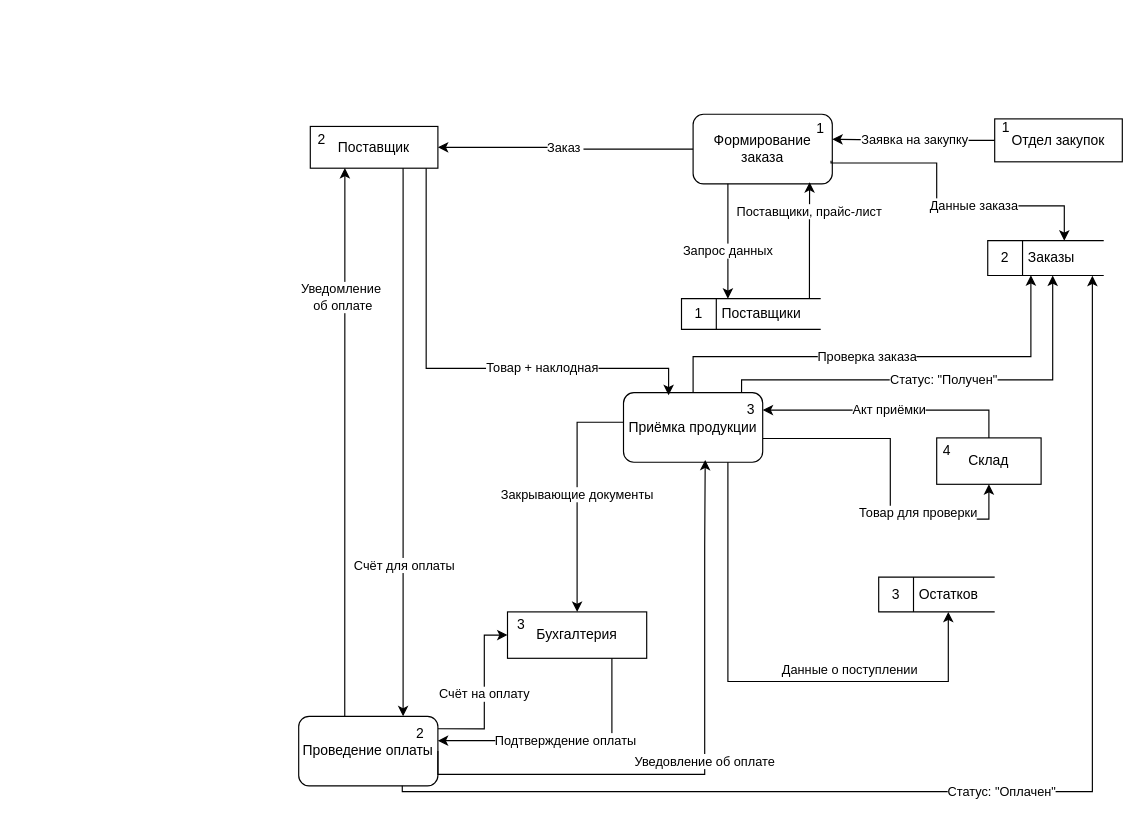
Dasha-Angel/work keeps this draw.io diagram as dfd_декомпозиция.drawio. Above is the earlier version. Source tidied: cells renumbered, new cells numbered last; positions are measured from the earlier drawing's top-left corner, leaving out a move shared by most shapes. Both pictures are drawn from the tidied source at 116%, with x=0, y=0 at pixel (287, 110).
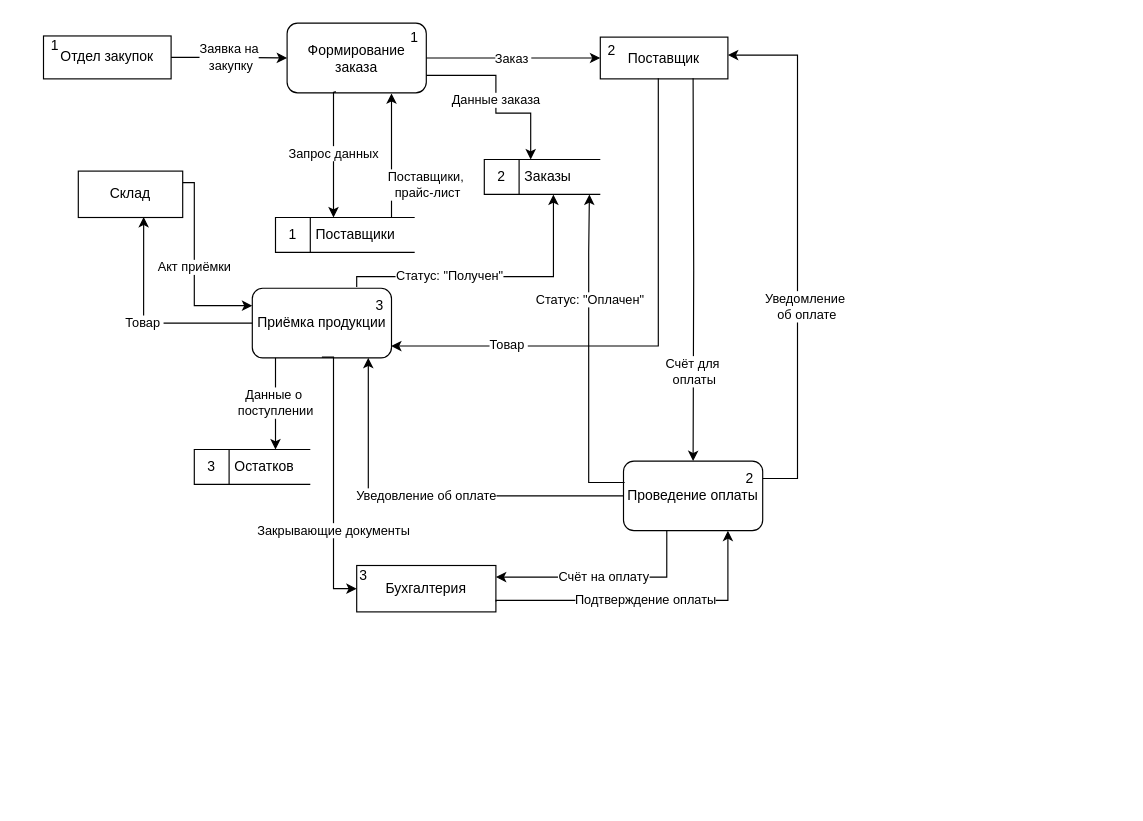
The same page after the edit.

What changed in the source:
```diff
@@
-    <mxCell id="2" style="group;" parent="1" vertex="1">
-      <mxGeometry x="590" y="4" width="130" height="40" as="geometry" />
-    </mxCell>
+    <mxCell id="44" style="group;" parent="1" vertex="1">
+      <mxGeometry x="-230" y="-67.5" width="130" height="40" as="geometry" />
+    </mxCell>
-    <mxCell id="3" value="Отдел закупок" style="html=1;whiteSpace=wrap;" parent="2" vertex="1">
+    <mxCell id="3" value="Отдел закупок" style="html=1;whiteSpace=wrap;" parent="44" vertex="1">
       <mxGeometry x="20" y="3" width="110" height="37" as="geometry" />
     </mxCell>
-    <mxCell id="4" value="1" style="text;html=1;whiteSpace=wrap;strokeColor=none;fillColor=none;align=center;verticalAlign=middle;rounded=0;" parent="2" vertex="1">
+    <mxCell id="4" value="1" style="text;html=1;whiteSpace=wrap;strokeColor=none;fillColor=none;align=center;verticalAlign=middle;rounded=0;" parent="44" vertex="1">
       <mxGeometry width="60" height="22.2" as="geometry" />
     </mxCell>
-    <mxCell id="5" style="group;" parent="1" vertex="1">
-      <mxGeometry y="9.5" width="130" height="54" as="geometry" />
-    </mxCell>
+    <mxCell id="45" style="group;" parent="1" vertex="1">
+      <mxGeometry x="250" y="-67.5" width="130" height="54" as="geometry" />
+    </mxCell>
-    <mxCell id="6" value="Поставщик" style="html=1;whiteSpace=wrap;" parent="5" vertex="1">
+    <mxCell id="6" value="Поставщик" style="html=1;whiteSpace=wrap;" parent="45" vertex="1">
       <mxGeometry x="20" y="4" width="110" height="36" as="geometry" />
     </mxCell>
-    <mxCell id="7" value="2" style="text;html=1;whiteSpace=wrap;strokeColor=none;fillColor=none;align=center;verticalAlign=middle;rounded=0;" parent="5" vertex="1">
+    <mxCell id="7" value="2" style="text;html=1;whiteSpace=wrap;strokeColor=none;fillColor=none;align=center;verticalAlign=middle;rounded=0;" parent="45" vertex="1">
       <mxGeometry width="60" height="30" as="geometry" />
     </mxCell>
-    <mxCell id="8" style="group;" parent="1" vertex="1">
-      <mxGeometry x="350" y="0.5" width="140" height="61" as="geometry" />
-    </mxCell>
+    <mxCell id="46" style="group;" parent="1" vertex="1">
+      <mxGeometry y="-78" width="140" height="61" as="geometry" />
+    </mxCell>
-    <mxCell id="9" value="Формирование заказа" style="rounded=1;whiteSpace=wrap;html=1;" parent="8" vertex="1">
+    <mxCell id="9" value="Формирование заказа" style="rounded=1;whiteSpace=wrap;html=1;" parent="46" vertex="1">
       <mxGeometry y="2.5" width="120" height="60" as="geometry" />
     </mxCell>
+    <mxCell id="41" value="1" style="text;html=1;whiteSpace=wrap;strokeColor=none;fillColor=none;align=center;verticalAlign=middle;rounded=0;" parent="46" vertex="1">
+      <mxGeometry x="80" width="60" height="30" as="geometry" />
+    </mxCell>
-    <mxCell id="10" value="Заказ&amp;nbsp;" style="edgeStyle=orthogonalEdgeStyle;rounded=0;jettySize=auto;html=1;exitX=0;exitY=0.5;exitDx=0;exitDy=0;" parent="1" edge="1" source="9" target="6">
+    <mxCell id="10" value="Заказ&amp;nbsp;" style="edgeStyle=orthogonalEdgeStyle;rounded=0;jettySize=auto;html=1;" parent="1" edge="1" source="9" target="6">
       <mxGeometry relative="1" as="geometry" />
     </mxCell>
     <mxCell id="11" value="Бухгалтерия" style="rounded=0;whiteSpace=wrap;html=1;" parent="1" vertex="1">
-      <mxGeometry x="190" y="432" width="120" height="40" as="geometry" />
+      <mxGeometry x="60" y="392" width="120" height="40" as="geometry" />
     </mxCell>
-    <mxCell id="12" style="group;" parent="1" vertex="1">
-      <mxGeometry x="10" y="522" width="140" height="60" as="geometry" />
-    </mxCell>
+    <mxCell id="47" style="group;" parent="1" vertex="1">
+      <mxGeometry x="290" y="302" width="140" height="60" as="geometry" />
+    </mxCell>
-    <mxCell id="13" value="Проведение оплаты" style="rounded=1;whiteSpace=wrap;html=1;" parent="12" vertex="1">
+    <mxCell id="13" value="Проведение оплаты" style="rounded=1;whiteSpace=wrap;html=1;" parent="47" vertex="1">
       <mxGeometry width="120" height="60" as="geometry" />
     </mxCell>
-    <mxCell id="14" value="2" style="text;html=1;whiteSpace=wrap;strokeColor=none;fillColor=none;align=center;verticalAlign=middle;rounded=0;" parent="12" vertex="1">
-      <mxGeometry x="90" width="30" height="30" as="geometry" />
+    <mxCell id="14" value="2" style="text;html=1;whiteSpace=wrap;strokeColor=none;fillColor=none;align=center;verticalAlign=middle;rounded=0;" parent="47" vertex="1">
+      <mxGeometry x="104" width="10" height="30" as="geometry" />
     </mxCell>
-    <mxCell id="15" style="group;" parent="1" vertex="1">
-      <mxGeometry x="290" y="242" width="140" height="61" as="geometry" />
-    </mxCell>
+    <mxCell id="48" style="group;" parent="1" vertex="1">
+      <mxGeometry x="-30" y="152" width="140" height="61" as="geometry" />
+    </mxCell>
-    <mxCell id="16" value="Приёмка продукции" style="rounded=1;whiteSpace=wrap;html=1;" parent="15" vertex="1">
+    <mxCell id="16" value="Приёмка продукции" style="rounded=1;whiteSpace=wrap;html=1;" parent="48" vertex="1">
       <mxGeometry y="1" width="120" height="60" as="geometry" />
     </mxCell>
-    <mxCell id="17" value="3" style="text;html=1;whiteSpace=wrap;strokeColor=none;fillColor=none;align=center;verticalAlign=middle;rounded=0;" parent="15" vertex="1">
+    <mxCell id="17" value="3" style="text;html=1;whiteSpace=wrap;strokeColor=none;fillColor=none;align=center;verticalAlign=middle;rounded=0;" parent="48" vertex="1">
       <mxGeometry x="100" y="1" width="20" height="30" as="geometry" />
     </mxCell>
     <mxCell id="18" value="Склад" style="rounded=0;whiteSpace=wrap;html=1;" parent="1" vertex="1">
-      <mxGeometry x="560" y="282" width="90" height="40" as="geometry" />
+      <mxGeometry x="-180" y="52" width="90" height="40" as="geometry" />
     </mxCell>
-    <mxCell id="19" value="Подтверждение оплаты" style="edgeStyle=orthogonalEdgeStyle;rounded=0;jettySize=auto;html=1;exitX=0.75;exitY=1;exitDx=0;exitDy=0;entryX=0.998;entryY=0.7;entryDx=0;entryDy=0;entryPerimeter=0;" parent="1" edge="1" source="11" target="14">
+    <mxCell id="19" value="Подтверждение оплаты" style="edgeStyle=orthogonalEdgeStyle;rounded=0;jettySize=auto;html=1;entryX=0.75;entryY=1;entryDx=0;entryDy=0;exitX=1.001;exitY=0.775;exitDx=0;exitDy=0;exitPerimeter=0;" parent="1" edge="1" source="11" target="13">
       <mxGeometry relative="1" as="geometry">
         <Array as="points">
-          <mxPoint x="280" y="543" />
+          <mxPoint x="180" y="422" />
+          <mxPoint x="380" y="422" />
         </Array>
       </mxGeometry>
     </mxCell>
+    <mxCell id="49" value="Товар&amp;nbsp;" style="edgeStyle=orthogonalEdgeStyle;rounded=0;jettySize=auto;html=1;entryX=0.997;entryY=0.83;entryDx=0;entryDy=0;entryPerimeter=0;" parent="1" edge="1" target="16">
+      <mxGeometry x="0.56" y="-1" relative="1" as="geometry">
+        <mxPoint x="320" y="-28" as="sourcePoint" />
+        <Array as="points">
+          <mxPoint x="320" y="203" />
+        </Array>
+      </mxGeometry>
+    </mxCell>
-    <mxCell id="20" value="Поставщики, прайс-лист" style="edgeStyle=orthogonalEdgeStyle;rounded=0;jettySize=auto;html=1;entryX=0.837;entryY=0.976;entryDx=0;entryDy=0;exitX=0.919;exitY=0.01;exitDx=0;exitDy=0;exitPerimeter=0;entryPerimeter=0;" parent="1" edge="1" source="21" target="9">
-      <mxGeometry x="0.48" relative="1" as="geometry">
+    <mxCell id="20" value="Поставщики,&amp;nbsp;&lt;div&gt;прайс-лист&lt;/div&gt;" style="edgeStyle=orthogonalEdgeStyle;rounded=0;jettySize=auto;html=1;exitX=0.826;exitY=0.024;exitDx=0;exitDy=0;exitPerimeter=0;" parent="1" edge="1" source="21">
+      <mxGeometry x="-0.46" y="-31" relative="1" as="geometry">
+        <mxPoint x="90" y="-15" as="targetPoint" />
         <Array as="points">
-          <mxPoint x="450" y="102" />
-          <mxPoint x="450" y="102" />
+          <mxPoint x="89" y="-16" />
         </Array>
       </mxGeometry>
     </mxCell>
     <mxCell id="21" value="&amp;nbsp; 1&amp;nbsp; &amp;nbsp; &amp;nbsp;Поставщики" style="html=1;dashed=0;whiteSpace=wrap;shape=mxgraph.dfd.dataStoreID;align=left;spacingLeft=3;points=[[0,0],[0.5,0],[1,0],[0,0.5],[1,0.5],[0,1],[0.5,1],[1,1]];" parent="1" vertex="1">
-      <mxGeometry x="340" y="162" width="120" height="26.5" as="geometry" />
+      <mxGeometry x="-10" y="92" width="120" height="30" as="geometry" />
     </mxCell>
-    <mxCell id="22" value="Заявка на закупку" style="edgeStyle=orthogonalEdgeStyle;rounded=0;jettySize=auto;html=1;" parent="1" edge="1" source="3">
-      <mxGeometry relative="1" as="geometry">
-        <mxPoint x="470" y="24.5" as="targetPoint" />
-      </mxGeometry>
+    <mxCell id="22" value="Заявка на&lt;div&gt;&amp;nbsp;закупку&lt;/div&gt;" style="edgeStyle=orthogonalEdgeStyle;rounded=0;jettySize=auto;html=1;entryX=0;entryY=0.5;entryDx=0;entryDy=0;" parent="1" edge="1" source="3" target="9">
+      <mxGeometry relative="1" as="geometry" />
     </mxCell>
     <mxCell id="23" value="&amp;nbsp; 2&amp;nbsp; &amp;nbsp; &amp;nbsp;Заказы" style="html=1;dashed=0;whiteSpace=wrap;shape=mxgraph.dfd.dataStoreID;align=left;spacingLeft=3;points=[[0,0],[0.5,0],[1,0],[0,0.5],[1,0.5],[0,1],[0.5,1],[1,1]];" parent="1" vertex="1">
-      <mxGeometry x="604" y="112" width="100" height="30" as="geometry" />
+      <mxGeometry x="170" y="42" width="100" height="30" as="geometry" />
     </mxCell>
-    <mxCell id="24" value="Данные заказа" style="edgeStyle=orthogonalEdgeStyle;rounded=0;jettySize=auto;html=1;exitX=0.991;exitY=0.667;exitDx=0;exitDy=0;exitPerimeter=0;" parent="1" edge="1" source="9">
-      <mxGeometry x="0.2" relative="1" as="geometry">
-        <mxPoint x="670" y="112" as="targetPoint" />
+    <mxCell id="24" value="Данные заказа" style="edgeStyle=orthogonalEdgeStyle;rounded=0;jettySize=auto;html=1;exitX=1;exitY=0.75;exitDx=0;exitDy=0;" parent="1" edge="1" source="9">
+      <mxGeometry relative="1" as="geometry">
+        <mxPoint x="210" y="42" as="targetPoint" />
         <Array as="points">
-          <mxPoint x="560" y="45" />
-          <mxPoint x="560" y="82" />
-          <mxPoint x="670" y="82" />
+          <mxPoint x="180" y="-30" />
+          <mxPoint x="180" y="2" />
+          <mxPoint x="210" y="2" />
         </Array>
       </mxGeometry>
     </mxCell>
-    <mxCell id="25" value="Статус: &quot;Оплачен&quot;" style="edgeStyle=orthogonalEdgeStyle;rounded=0;jettySize=auto;html=1;entryX=0.902;entryY=1.008;entryDx=0;entryDy=0;exitX=0.744;exitY=0.997;exitDx=0;exitDy=0;entryPerimeter=0;exitPerimeter=0;" parent="1" edge="1" source="13" target="23">
-      <mxGeometry relative="1" as="geometry">
+    <mxCell id="25" value="Статус: &quot;Оплачен&quot;" style="edgeStyle=orthogonalEdgeStyle;rounded=0;jettySize=auto;html=1;entryX=0.906;entryY=1.005;entryDx=0;entryDy=0;exitX=0.008;exitY=0.307;exitDx=0;exitDy=0;exitPerimeter=0;entryPerimeter=0;" parent="1" edge="1" source="13" target="23">
+      <mxGeometry x="0.35" y="-1" relative="1" as="geometry">
         <Array as="points">
-          <mxPoint x="99" y="587" />
-          <mxPoint x="694" y="587" />
+          <mxPoint x="260" y="320" />
+          <mxPoint x="260" y="122" />
+          <mxPoint x="261" y="122" />
         </Array>
       </mxGeometry>
     </mxCell>
-    <mxCell id="26" value="Уведовление об оплате" style="edgeStyle=orthogonalEdgeStyle;rounded=0;jettySize=auto;html=1;entryX=0.587;entryY=0.966;entryDx=0;entryDy=0;entryPerimeter=0;exitX=1;exitY=0.5;exitDx=0;exitDy=0;" parent="1" edge="1" source="13" target="16">
+    <mxCell id="26" value="Уведовление об оплате" style="edgeStyle=orthogonalEdgeStyle;rounded=0;jettySize=auto;html=1;" parent="1" edge="1" source="13" target="16">
       <mxGeometry relative="1" as="geometry">
         <Array as="points">
-          <mxPoint x="130" y="572" />
-          <mxPoint x="360" y="572" />
-          <mxPoint x="360" y="374" />
+          <mxPoint x="70" y="332" />
         </Array>
       </mxGeometry>
     </mxCell>
-    <mxCell id="27" value="Акт приёмки" style="edgeStyle=orthogonalEdgeStyle;rounded=0;jettySize=auto;html=1;entryX=1;entryY=0.5;entryDx=0;entryDy=0;exitX=0.5;exitY=0;exitDx=0;exitDy=0;" parent="1" edge="1" source="18" target="17">
-      <mxGeometry relative="1" as="geometry" />
+    <mxCell id="27" value="Акт приёмки" style="edgeStyle=orthogonalEdgeStyle;rounded=0;jettySize=auto;html=1;entryX=0;entryY=0.25;entryDx=0;entryDy=0;" parent="1" edge="1" source="18" target="16">
+      <mxGeometry relative="1" as="geometry">
+        <Array as="points">
+          <mxPoint x="-80" y="62" />
+          <mxPoint x="-80" y="168" />
+        </Array>
+      </mxGeometry>
     </mxCell>
-    <mxCell id="28" value="Товар для проверки" style="edgeStyle=orthogonalEdgeStyle;rounded=0;jettySize=auto;html=1;entryX=0.5;entryY=1;entryDx=0;entryDy=0;exitX=1.002;exitY=0.659;exitDx=0;exitDy=0;exitPerimeter=0;" parent="1" edge="1" source="16" target="18">
-      <mxGeometry x="0.38" y="5" relative="1" as="geometry">
-        <Array as="points">
-          <mxPoint x="520" y="283" />
-          <mxPoint x="520" y="352" />
-          <mxPoint x="605" y="352" />
-        </Array>
-      </mxGeometry>
+    <mxCell id="28" value="Товар&amp;nbsp;" style="edgeStyle=orthogonalEdgeStyle;rounded=0;jettySize=auto;html=1;entryX=0.626;entryY=0.988;entryDx=0;entryDy=0;entryPerimeter=0;" parent="1" edge="1" source="16" target="18">
+      <mxGeometry relative="1" as="geometry" />
     </mxCell>
     <mxCell id="29" value="&amp;nbsp; 3&amp;nbsp; &amp;nbsp; &amp;nbsp;Остатков" style="html=1;dashed=0;whiteSpace=wrap;shape=mxgraph.dfd.dataStoreID;align=left;spacingLeft=3;" parent="1" vertex="1">
-      <mxGeometry x="510" y="402" width="100" height="30" as="geometry" />
+      <mxGeometry x="-80" y="292" width="100" height="30" as="geometry" />
     </mxCell>
-    <mxCell id="30" value="Запрос данных" style="edgeStyle=orthogonalEdgeStyle;rounded=0;jettySize=auto;html=1;" parent="1" edge="1" source="9">
-      <mxGeometry x="0.18" relative="1" as="geometry">
-        <mxPoint x="380" y="162" as="targetPoint" />
+    <mxCell id="30" value="Запрос данных" style="edgeStyle=orthogonalEdgeStyle;rounded=0;jettySize=auto;html=1;exitX=0.345;exitY=0.975;exitDx=0;exitDy=0;exitPerimeter=0;" parent="1" edge="1" source="9" target="21">
+      <mxGeometry relative="1" as="geometry">
         <Array as="points">
-          <mxPoint x="380" y="162" />
+          <mxPoint x="41" y="-16" />
+          <mxPoint x="40" y="-16" />
         </Array>
       </mxGeometry>
     </mxCell>
-    <mxCell id="31" style="edgeStyle=orthogonalEdgeStyle;rounded=0;jettySize=auto;html=1;exitX=0.727;exitY=1.001;exitDx=0;exitDy=0;exitPerimeter=0;" parent="1" edge="1" source="6">
-      <mxGeometry relative="1" as="geometry">
-        <mxPoint x="100" y="522" as="targetPoint" />
-        <Array as="points">
-          <mxPoint x="100" y="54" />
-          <mxPoint x="100" y="54" />
-        </Array>
-      </mxGeometry>
-    </mxCell>
+    <mxCell id="50" style="edgeStyle=orthogonalEdgeStyle;rounded=0;jettySize=auto;html=1;entryX=0.5;entryY=0;entryDx=0;entryDy=0;" parent="1" edge="1" target="13">
+      <mxGeometry relative="1" as="geometry">
+        <mxPoint x="350" y="-28" as="sourcePoint" />
+      </mxGeometry>
+    </mxCell>
-    <mxCell id="32" value="Счёт для оплаты" style="edgeLabel;html=1;align=center;verticalAlign=middle;" parent="31" vertex="1">
+    <mxCell id="32" value="Счёт для&amp;nbsp;&lt;div&gt;оплаты&lt;/div&gt;" style="edgeLabel;html=1;align=center;verticalAlign=middle;" parent="50" vertex="1">
       <mxGeometry x="0.12" y="1" relative="1" as="geometry">
-        <mxPoint x="-1" y="77" as="offset" />
+        <mxPoint x="-1" y="68" as="offset" />
       </mxGeometry>
     </mxCell>
-    <mxCell id="33" value="Счёт на оплату" style="edgeStyle=orthogonalEdgeStyle;rounded=0;jettySize=auto;html=1;endArrow=classic;endFill=1;exitX=1;exitY=0.359;exitDx=0;exitDy=0;exitPerimeter=0;" parent="1" edge="1" source="14" target="11">
+    <mxCell id="33" value="Счёт на оплату" style="edgeStyle=orthogonalEdgeStyle;rounded=0;jettySize=auto;html=1;endArrow=classic;endFill=1;entryX=1;entryY=0.25;entryDx=0;entryDy=0;exitX=0.311;exitY=0.998;exitDx=0;exitDy=0;exitPerimeter=0;" parent="1" edge="1" source="13" target="11">
       <mxGeometry relative="1" as="geometry">
         <Array as="points">
-          <mxPoint x="170" y="533" />
-          <mxPoint x="170" y="452" />
+          <mxPoint x="327" y="402" />
         </Array>
       </mxGeometry>
     </mxCell>
-    <mxCell id="34" value="Проверка заказа" style="edgeStyle=orthogonalEdgeStyle;rounded=0;jettySize=auto;html=1;entryX=0.372;entryY=0.992;entryDx=0;entryDy=0;exitX=0.5;exitY=0;exitDx=0;exitDy=0;entryPerimeter=0;" parent="1" edge="1" source="16" target="23">
-      <mxGeometry x="-0.08" relative="1" as="geometry">
-        <Array as="points">
-          <mxPoint x="350" y="212" />
-          <mxPoint x="641" y="212" />
-          <mxPoint x="641" y="142" />
-        </Array>
-      </mxGeometry>
-    </mxCell>
+    <mxCell id="51" style="edgeStyle=orthogonalEdgeStyle;rounded=0;jettySize=auto;html=1;exitX=1;exitY=0.25;exitDx=0;exitDy=0;" parent="1" edge="1" source="13">
+      <mxGeometry relative="1" as="geometry">
+        <mxPoint x="380" y="-48" as="targetPoint" />
+        <Array as="points">
+          <mxPoint x="440" y="317" />
+          <mxPoint x="440" y="-48" />
+          <mxPoint x="380" y="-48" />
+        </Array>
+      </mxGeometry>
+    </mxCell>
+    <mxCell id="40" value="Уведомление&amp;nbsp;&lt;div&gt;об оплате&lt;/div&gt;" style="edgeLabel;html=1;align=center;verticalAlign=middle;" parent="51" vertex="1">
+      <mxGeometry x="0.19" y="2" relative="1" as="geometry">
+        <mxPoint x="9" y="92" as="offset" />
+      </mxGeometry>
+    </mxCell>
-    <mxCell id="35" value="Статус: &quot;Получен&quot;" style="edgeStyle=orthogonalEdgeStyle;rounded=0;jettySize=auto;html=1;exitX=0.848;exitY=0;exitDx=0;exitDy=0;exitPerimeter=0;" parent="1" edge="1" source="16">
-      <mxGeometry relative="1" as="geometry">
-        <mxPoint x="660" y="142" as="targetPoint" />
+    <mxCell id="35" value="Статус: &quot;Получен&quot;" style="edgeStyle=orthogonalEdgeStyle;rounded=0;jettySize=auto;html=1;entryX=0.596;entryY=1.009;entryDx=0;entryDy=0;entryPerimeter=0;" parent="1" edge="1" target="23">
+      <mxGeometry x="-0.29" y="1" relative="1" as="geometry">
+        <mxPoint x="60" y="152" as="sourcePoint" />
         <Array as="points">
-          <mxPoint x="392" y="232" />
-          <mxPoint x="660" y="232" />
+          <mxPoint x="60" y="143" />
+          <mxPoint x="230" y="143" />
+          <mxPoint x="230" y="72" />
         </Array>
       </mxGeometry>
     </mxCell>
-    <mxCell id="36" value="Данные о поступлении" style="edgeStyle=orthogonalEdgeStyle;rounded=0;jettySize=auto;html=1;exitX=0.75;exitY=1;exitDx=0;exitDy=0;" parent="1" edge="1" source="16">
-      <mxGeometry x="0.34" y="10" relative="1" as="geometry">
-        <mxPoint x="570" y="432" as="targetPoint" />
+    <mxCell id="36" value="Данные о&amp;nbsp;&lt;div&gt;поступлении&lt;/div&gt;" style="edgeStyle=orthogonalEdgeStyle;rounded=0;jettySize=auto;html=1;" parent="1" edge="1" source="16">
+      <mxGeometry x="-0.01" relative="1" as="geometry">
+        <mxPoint x="-10" y="292" as="targetPoint" />
         <Array as="points">
-          <mxPoint x="380" y="492" />
-          <mxPoint x="570" y="492" />
-          <mxPoint x="570" y="432" />
+          <mxPoint x="-10" y="292" />
         </Array>
       </mxGeometry>
     </mxCell>
-    <mxCell id="37" value="Закрывающие документы" style="edgeStyle=orthogonalEdgeStyle;rounded=0;jettySize=auto;html=1;entryX=0.5;entryY=0;entryDx=0;entryDy=0;exitX=0;exitY=0.425;exitDx=0;exitDy=0;exitPerimeter=0;" parent="1" edge="1" source="16" target="11">
-      <mxGeometry relative="1" as="geometry">
+    <mxCell id="37" value="Закрывающие документы" style="edgeStyle=orthogonalEdgeStyle;rounded=0;jettySize=auto;html=1;entryX=0;entryY=0.5;entryDx=0;entryDy=0;" parent="1" edge="1" target="11">
+      <mxGeometry x="0.39" relative="1" as="geometry">
+        <mxPoint x="30" y="212.4" as="sourcePoint" />
         <Array as="points">
-          <mxPoint x="250" y="269" />
+          <mxPoint x="40" y="212" />
+          <mxPoint x="40" y="412" />
         </Array>
       </mxGeometry>
     </mxCell>
     <mxCell id="38" value="3" style="text;html=1;whiteSpace=wrap;strokeColor=none;fillColor=none;align=center;verticalAlign=middle;rounded=0;" parent="1" vertex="1">
-      <mxGeometry x="172" y="428" width="60" height="30" as="geometry" />
+      <mxGeometry x="61" y="386" width="10" height="30" as="geometry" />
     </mxCell>
-    <mxCell id="39" style="edgeStyle=orthogonalEdgeStyle;rounded=0;orthogonalLoop=1;jettySize=auto;html=1;entryX=0.271;entryY=1.01;entryDx=0;entryDy=0;entryPerimeter=0;exitX=0.331;exitY=0.009;exitDx=0;exitDy=0;exitPerimeter=0;" parent="1" edge="1">
-      <mxGeometry relative="1" as="geometry">
-        <mxPoint x="49.7" y="522" as="sourcePoint" />
-        <mxPoint x="49.8" y="49.3" as="targetPoint" />
-        <Array as="points">
-          <mxPoint x="50" y="513" />
-          <mxPoint x="50" y="513" />
-        </Array>
-      </mxGeometry>
-    </mxCell>
-    <mxCell id="40" value="Уведомление&amp;nbsp;&lt;div&gt;об оплате&lt;/div&gt;" style="edgeLabel;html=1;align=center;verticalAlign=middle;" parent="39" vertex="1">
-      <mxGeometry x="0.19" y="2" relative="1" as="geometry">
-        <mxPoint y="-80" as="offset" />
-      </mxGeometry>
-    </mxCell>
-    <mxCell id="41" value="1" style="text;html=1;whiteSpace=wrap;strokeColor=none;fillColor=none;align=center;verticalAlign=middle;rounded=0;" parent="1" vertex="1">
-      <mxGeometry x="430" y="0.5" width="60" height="30" as="geometry" />
-    </mxCell>
-    <mxCell id="42" value="Товар + наклодная" style="edgeStyle=orthogonalEdgeStyle;rounded=0;jettySize=auto;html=1;exitX=0.908;exitY=1;exitDx=0;exitDy=0;exitPerimeter=0;entryX=0.324;entryY=0.037;entryDx=0;entryDy=0;entryPerimeter=0;" parent="1" edge="1" source="6" target="16">
-      <mxGeometry x="0.35" relative="1" as="geometry">
-        <Array as="points">
-          <mxPoint x="120" y="222" />
-          <mxPoint x="329" y="222" />
-        </Array>
-      </mxGeometry>
-    </mxCell>
-    <mxCell id="43" value="4" style="text;html=1;whiteSpace=wrap;strokeColor=none;fillColor=none;align=center;verticalAlign=middle;rounded=0;" parent="1" vertex="1">
-      <mxGeometry x="539" y="278" width="60" height="30" as="geometry" />
-    </mxCell>
```
